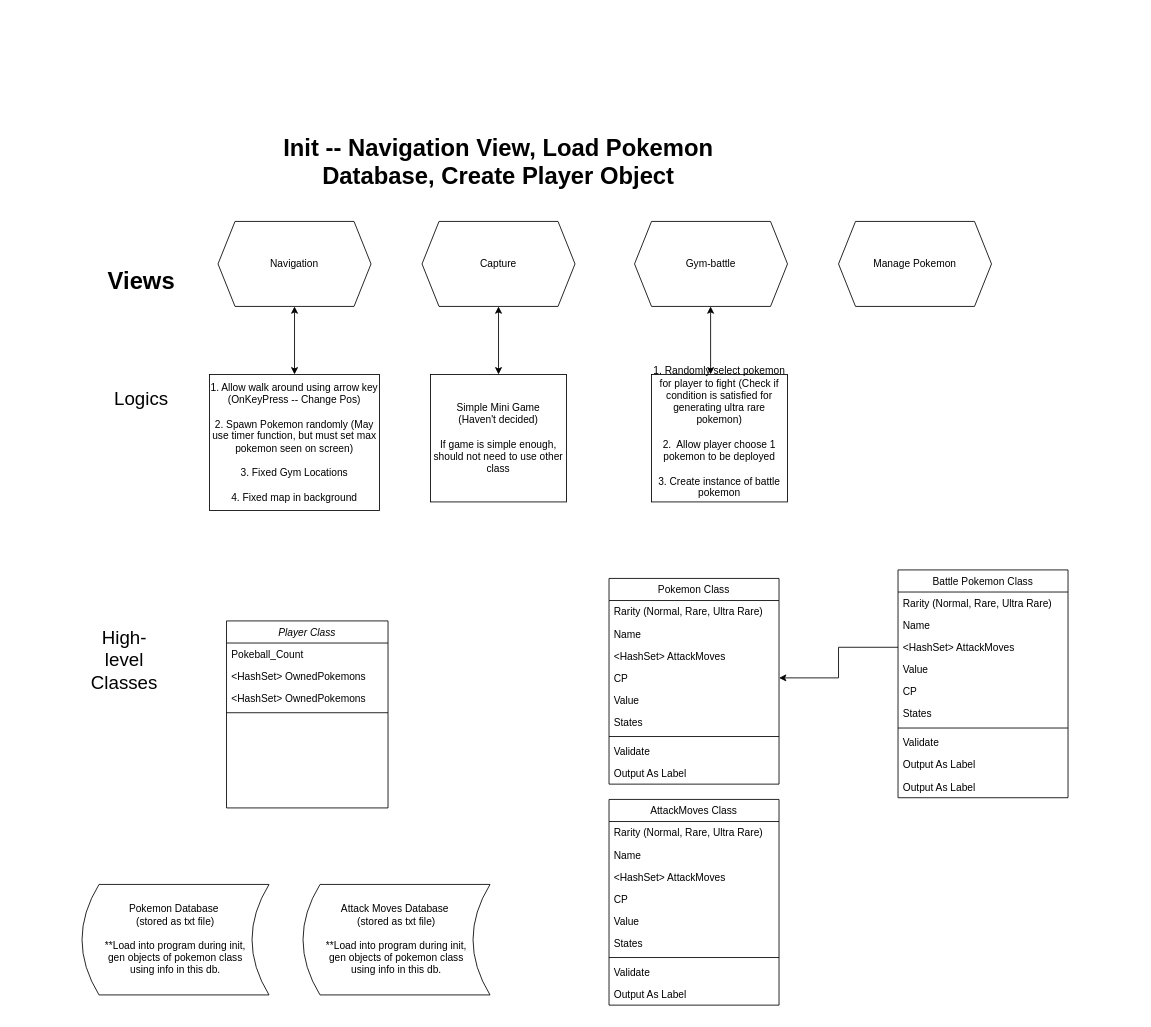
Before: Untitled Diagram.drawio in tpmmthomas/ierg3080-pokemon-go, a draw.io diagram. Source tidied: cells renumbered, new cells numbered last; positions are measured from the earlier drawing's top-left corner, leaving out a move shared by most shapes. Both pictures are drawn from the tidied source at 85%, with x=0, y=0 at pixel (82, 153).
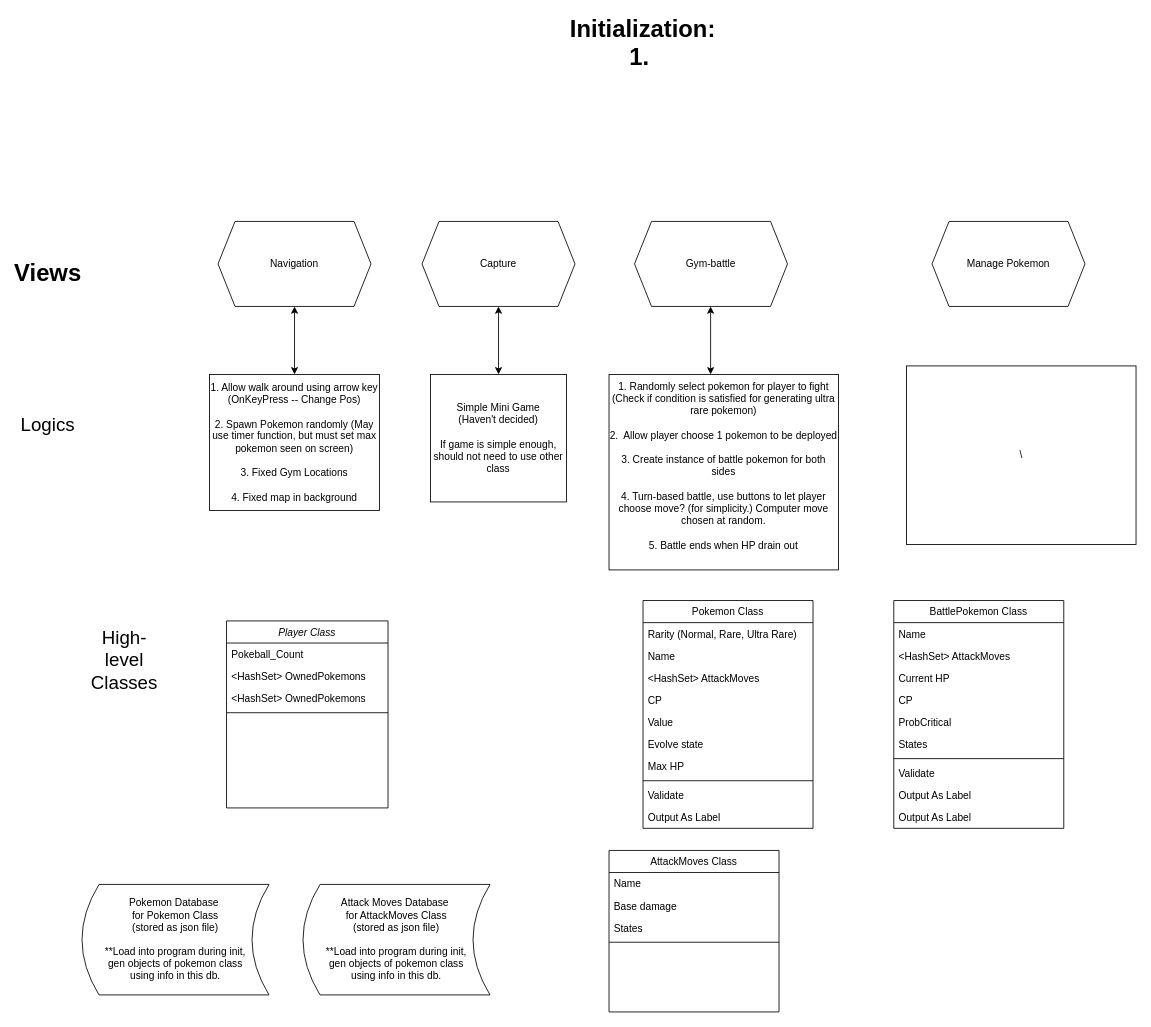
After the change.

Unchanged cells that the change refers to:
```xml
<mxCell id="47" value="CP" style="text;align=left;verticalAlign=top;spacingLeft=4;spacingRight=4;overflow=hidden;points=[[0,0.5],[1,0.5]];portConstraint=eastwest;rounded=0;shadow=0;html=0;" parent="43" vertex="1">
  <mxGeometry y="104" width="200" height="26" as="geometry" />
</mxCell>
```

What changed in the source:
```diff
@@
-    <mxCell id="7" value="Battle Pokemon Class" style="swimlane;fontStyle=0;align=center;verticalAlign=top;horizontal=1;startSize=26;rounded=0;shadow=0;strokeWidth=1;" parent="1" vertex="1">
-      <mxGeometry x="960" y="490" width="200" height="268" as="geometry" />
+    <mxCell id="7" value="BattlePokemon Class" style="swimlane;fontStyle=0;align=center;verticalAlign=top;horizontal=1;startSize=26;rounded=0;shadow=0;strokeWidth=1;" parent="1" vertex="1">
+      <mxGeometry x="955" y="526" width="200" height="268" as="geometry" />
     </mxCell>
-    <mxCell id="8" value="Rarity (Normal, Rare, Ultra Rare)&#10;" style="text;align=left;verticalAlign=top;spacingLeft=4;spacingRight=4;overflow=hidden;" parent="7" vertex="1">
-      <mxGeometry y="26" width="200" height="26" as="geometry" />
-    </mxCell>
     <mxCell id="9" value="Name" style="text;align=left;verticalAlign=top;spacingLeft=4;spacingRight=4;overflow=hidden;rounded=0;shadow=0;html=0;" parent="7" vertex="1">
-      <mxGeometry y="52" width="200" height="26" as="geometry" />
+      <mxGeometry y="26" width="200" height="26" as="geometry" />
     </mxCell>
     <mxCell id="10" value="&lt;HashSet&gt; AttackMoves" style="text;align=left;verticalAlign=top;spacingLeft=4;spacingRight=4;overflow=hidden;points=[[0,0.5],[1,0.5]];portConstraint=eastwest;rounded=0;shadow=0;html=0;" parent="7" vertex="1">
-      <mxGeometry y="78" width="200" height="26" as="geometry" />
+      <mxGeometry y="52" width="200" height="26" as="geometry" />
     </mxCell>
-    <mxCell id="11" value="Value" style="text;align=left;verticalAlign=top;spacingLeft=4;spacingRight=4;overflow=hidden;rounded=0;shadow=0;html=0;" parent="7" vertex="1">
-      <mxGeometry y="104" width="200" height="26" as="geometry" />
+    <mxCell id="11" value="Current HP&#10;" style="text;align=left;verticalAlign=top;spacingLeft=4;spacingRight=4;overflow=hidden;rounded=0;shadow=0;html=0;" parent="7" vertex="1">
+      <mxGeometry y="78" width="200" height="26" as="geometry" />
     </mxCell>
+    <mxCell id="37" value="CP" style="text;align=left;verticalAlign=top;spacingLeft=4;spacingRight=4;overflow=hidden;rounded=0;shadow=0;html=0;" parent="7" vertex="1">
+      <mxGeometry y="104" width="200" height="26" as="geometry" />
+    </mxCell>
-    <mxCell id="12" value="CP" style="text;align=left;verticalAlign=top;spacingLeft=4;spacingRight=4;overflow=hidden;rounded=0;shadow=0;html=0;" parent="7" vertex="1">
+    <mxCell id="12" value="ProbCritical" style="text;align=left;verticalAlign=top;spacingLeft=4;spacingRight=4;overflow=hidden;rounded=0;shadow=0;html=0;" parent="7" vertex="1">
       <mxGeometry y="130" width="200" height="26" as="geometry" />
     </mxCell>
@@
-    <mxCell id="18" value="Pokemon Database&amp;nbsp;&lt;br&gt;(stored as txt file)&lt;br&gt;&lt;br&gt;**Load into program during init,&lt;br&gt;gen objects of pokemon class&lt;br&gt;using info in this db." style="shape=dataStorage;whiteSpace=wrap;html=1;fixedSize=1;" parent="1" vertex="1">
+    <mxCell id="18" value="Pokemon Database&amp;nbsp;&lt;br&gt;for Pokemon Class&lt;br&gt;(stored as json file)&lt;br&gt;&lt;br&gt;**Load into program during init,&lt;br&gt;gen objects of pokemon class&lt;br&gt;using info in this db." style="shape=dataStorage;whiteSpace=wrap;html=1;fixedSize=1;" parent="1" vertex="1">
       <mxGeometry y="860" width="220" height="130" as="geometry" />
     </mxCell>
@@
     <mxCell id="22" value="Manage Pokemon" style="shape=hexagon;perimeter=hexagonPerimeter2;whiteSpace=wrap;html=1;fixedSize=1;" parent="1" vertex="1">
-      <mxGeometry x="890" y="80" width="180" height="100" as="geometry" />
+      <mxGeometry x="1000" y="80" width="180" height="100" as="geometry" />
     </mxCell>
@@
     <mxCell id="25" value="&lt;font style=&quot;font-size: 22px&quot;&gt;Logics&lt;/font&gt;" style="text;html=1;strokeColor=none;fillColor=none;align=center;verticalAlign=middle;whiteSpace=wrap;rounded=0;" parent="1" vertex="1">
-      <mxGeometry x="50" y="280" width="40" height="20" as="geometry" />
+      <mxGeometry x="-60" y="310" width="40" height="20" as="geometry" />
     </mxCell>
     <mxCell id="26" value="&lt;font style=&quot;font-size: 28px&quot;&gt;&lt;b&gt;Views&lt;/b&gt;&lt;/font&gt;" style="text;html=1;strokeColor=none;fillColor=none;align=center;verticalAlign=middle;whiteSpace=wrap;rounded=0;" parent="1" vertex="1">
-      <mxGeometry x="50" y="140" width="40" height="20" as="geometry" />
+      <mxGeometry x="-60" y="130" width="40" height="20" as="geometry" />
     </mxCell>
@@
-    <mxCell id="28" value="&lt;font style=&quot;font-size: 28px&quot;&gt;&lt;b&gt;Init -- Navigation View, Load Pokemon Database, Create Player Object&lt;/b&gt;&lt;/font&gt;" style="text;html=1;strokeColor=none;fillColor=none;align=center;verticalAlign=middle;whiteSpace=wrap;rounded=0;" parent="1" vertex="1">
-      <mxGeometry x="170" width="640" height="20" as="geometry" />
+    <mxCell id="28" value="&lt;font style=&quot;font-size: 28px&quot;&gt;&lt;b&gt;Initialization:&lt;br&gt;1.&amp;nbsp;&lt;br&gt;&lt;/b&gt;&lt;/font&gt;" style="text;html=1;strokeColor=none;fillColor=none;align=center;verticalAlign=middle;whiteSpace=wrap;rounded=0;" parent="1" vertex="1">
+      <mxGeometry x="340" y="-140" width="640" height="20" as="geometry" />
     </mxCell>
@@
-    <mxCell id="32" value="1. Randomly select pokemon for player to fight (Check if condition is satisfied for generating ultra rare pokemon)&lt;br&gt;&lt;br&gt;2.&amp;nbsp; Allow player choose 1 pokemon to be deployed&lt;br&gt;&lt;br&gt;3. Create instance of battle pokemon&lt;br&gt;&amp;nbsp;" style="rounded=0;whiteSpace=wrap;html=1;" parent="1" vertex="1">
-      <mxGeometry x="670" y="260" width="160" height="150" as="geometry" />
+    <mxCell id="32" value="1. Randomly select pokemon for player to fight (Check if condition is satisfied for generating ultra rare pokemon)&lt;br&gt;&lt;br&gt;2.&amp;nbsp; Allow player choose 1 pokemon to be deployed&lt;br&gt;&lt;br&gt;3. Create instance of battle pokemon for both sides&lt;br&gt;&lt;br&gt;4. Turn-based battle, use buttons to let player choose move? (for simplicity.) Computer move chosen at random.&lt;br&gt;&lt;br&gt;5. Battle ends when HP drain out&lt;br&gt;&amp;nbsp;" style="rounded=0;whiteSpace=wrap;html=1;" parent="1" vertex="1">
+      <mxGeometry x="620" y="260" width="270" height="230" as="geometry" />
     </mxCell>
     <mxCell id="33" value="AttackMoves Class" style="swimlane;fontStyle=0;align=center;verticalAlign=top;horizontal=1;startSize=26;rounded=0;shadow=0;strokeWidth=1;" parent="1" vertex="1">
-      <mxGeometry x="620" y="760" width="200" height="242" as="geometry" />
+      <mxGeometry x="620" y="820" width="200" height="190" as="geometry" />
     </mxCell>
-    <mxCell id="34" value="Rarity (Normal, Rare, Ultra Rare)&#10;" style="text;align=left;verticalAlign=top;spacingLeft=4;spacingRight=4;overflow=hidden;" parent="33" vertex="1">
+    <mxCell id="34" value="Name" style="text;align=left;verticalAlign=top;spacingLeft=4;spacingRight=4;overflow=hidden;" parent="33" vertex="1">
       <mxGeometry y="26" width="200" height="26" as="geometry" />
     </mxCell>
-    <mxCell id="35" value="Name" style="text;align=left;verticalAlign=top;spacingLeft=4;spacingRight=4;overflow=hidden;rounded=0;shadow=0;html=0;" parent="33" vertex="1">
+    <mxCell id="35" value="Base damage" style="text;align=left;verticalAlign=top;spacingLeft=4;spacingRight=4;overflow=hidden;rounded=0;shadow=0;html=0;" parent="33" vertex="1">
       <mxGeometry y="52" width="200" height="26" as="geometry" />
     </mxCell>
-    <mxCell id="36" value="&lt;HashSet&gt; AttackMoves" style="text;align=left;verticalAlign=top;spacingLeft=4;spacingRight=4;overflow=hidden;rounded=0;shadow=0;html=0;" parent="33" vertex="1">
-      <mxGeometry y="78" width="200" height="26" as="geometry" />
-    </mxCell>
-    <mxCell id="37" value="CP" style="text;align=left;verticalAlign=top;spacingLeft=4;spacingRight=4;overflow=hidden;rounded=0;shadow=0;html=0;" parent="33" vertex="1">
-      <mxGeometry y="104" width="200" height="26" as="geometry" />
-    </mxCell>
-    <mxCell id="38" value="Value" style="text;align=left;verticalAlign=top;spacingLeft=4;spacingRight=4;overflow=hidden;rounded=0;shadow=0;html=0;" parent="33" vertex="1">
-      <mxGeometry y="130" width="200" height="26" as="geometry" />
-    </mxCell>
     <mxCell id="39" value="States" style="text;align=left;verticalAlign=top;spacingLeft=4;spacingRight=4;overflow=hidden;rounded=0;shadow=0;html=0;" parent="33" vertex="1">
-      <mxGeometry y="156" width="200" height="26" as="geometry" />
+      <mxGeometry y="78" width="200" height="26" as="geometry" />
     </mxCell>
     <mxCell id="40" style="line;html=1;strokeWidth=1;align=left;verticalAlign=middle;spacingTop=-1;spacingLeft=3;spacingRight=3;labelPosition=right;" parent="33" vertex="1">
-      <mxGeometry y="182" width="200" height="8" as="geometry" />
+      <mxGeometry y="104" width="200" height="8" as="geometry" />
     </mxCell>
-    <mxCell id="41" value="Validate" style="text;align=left;verticalAlign=top;spacingLeft=4;spacingRight=4;overflow=hidden;" parent="33" vertex="1">
-      <mxGeometry y="190" width="200" height="26" as="geometry" />
-    </mxCell>
-    <mxCell id="42" value="Output As Label" style="text;align=left;verticalAlign=top;spacingLeft=4;spacingRight=4;overflow=hidden;" parent="33" vertex="1">
-      <mxGeometry y="216" width="200" height="26" as="geometry" />
-    </mxCell>
     <mxCell id="43" value="Pokemon Class" style="swimlane;fontStyle=0;align=center;verticalAlign=top;horizontal=1;startSize=26;rounded=0;shadow=0;strokeWidth=1;" parent="1" vertex="1">
-      <mxGeometry x="620" y="500" width="200" height="242" as="geometry" />
+      <mxGeometry x="660" y="526" width="200" height="268" as="geometry" />
     </mxCell>
@@
+    <mxCell id="55" value="Evolve state" style="text;align=left;verticalAlign=top;spacingLeft=4;spacingRight=4;overflow=hidden;rounded=0;shadow=0;html=0;" parent="43" vertex="1">
+      <mxGeometry y="156" width="200" height="26" as="geometry" />
+    </mxCell>
-    <mxCell id="49" value="States" style="text;align=left;verticalAlign=top;spacingLeft=4;spacingRight=4;overflow=hidden;rounded=0;shadow=0;html=0;" parent="43" vertex="1">
-      <mxGeometry y="156" width="200" height="26" as="geometry" />
+    <mxCell id="49" value="Max HP" style="text;align=left;verticalAlign=top;spacingLeft=4;spacingRight=4;overflow=hidden;rounded=0;shadow=0;html=0;" parent="43" vertex="1">
+      <mxGeometry y="182" width="200" height="26" as="geometry" />
     </mxCell>
     <mxCell id="50" style="line;html=1;strokeWidth=1;align=left;verticalAlign=middle;spacingTop=-1;spacingLeft=3;spacingRight=3;labelPosition=right;" parent="43" vertex="1">
-      <mxGeometry y="182" width="200" height="8" as="geometry" />
+      <mxGeometry y="208" width="200" height="8" as="geometry" />
     </mxCell>
     <mxCell id="51" value="Validate" style="text;align=left;verticalAlign=top;spacingLeft=4;spacingRight=4;overflow=hidden;" parent="43" vertex="1">
-      <mxGeometry y="190" width="200" height="26" as="geometry" />
+      <mxGeometry y="216" width="200" height="26" as="geometry" />
     </mxCell>
     <mxCell id="52" value="Output As Label" style="text;align=left;verticalAlign=top;spacingLeft=4;spacingRight=4;overflow=hidden;" parent="43" vertex="1">
-      <mxGeometry y="216" width="200" height="26" as="geometry" />
+      <mxGeometry y="242" width="200" height="26" as="geometry" />
     </mxCell>
-    <mxCell id="53" style="edgeStyle=orthogonalEdgeStyle;rounded=0;jettySize=auto;html=1;exitX=0;exitY=0.5;exitDx=0;exitDy=0;entryX=1;entryY=0.5;entryDx=0;entryDy=0;" parent="1" edge="1" source="10" target="47">
-      <mxGeometry relative="1" as="geometry" />
-    </mxCell>
-    <mxCell id="54" value="Attack Moves Database&amp;nbsp;&lt;br&gt;(stored as txt file)&lt;br&gt;&lt;br&gt;**Load into program during init,&lt;br&gt;gen objects of pokemon class&lt;br&gt;using info in this db." style="shape=dataStorage;whiteSpace=wrap;html=1;fixedSize=1;" parent="1" vertex="1">
+    <mxCell id="54" value="Attack Moves Database&amp;nbsp;&lt;br&gt;for AttackMoves Class&lt;br&gt;(stored as json file)&lt;br&gt;&lt;br&gt;**Load into program during init,&lt;br&gt;gen objects of pokemon class&lt;br&gt;using info in this db." style="shape=dataStorage;whiteSpace=wrap;html=1;fixedSize=1;" parent="1" vertex="1">
       <mxGeometry x="260" y="860" width="220" height="130" as="geometry" />
     </mxCell>
+    <mxCell id="56" value="\" style="rounded=0;whiteSpace=wrap;html=1;" parent="1" vertex="1">
+      <mxGeometry x="970" y="250" width="270" height="210" as="geometry" />
+    </mxCell>
```
